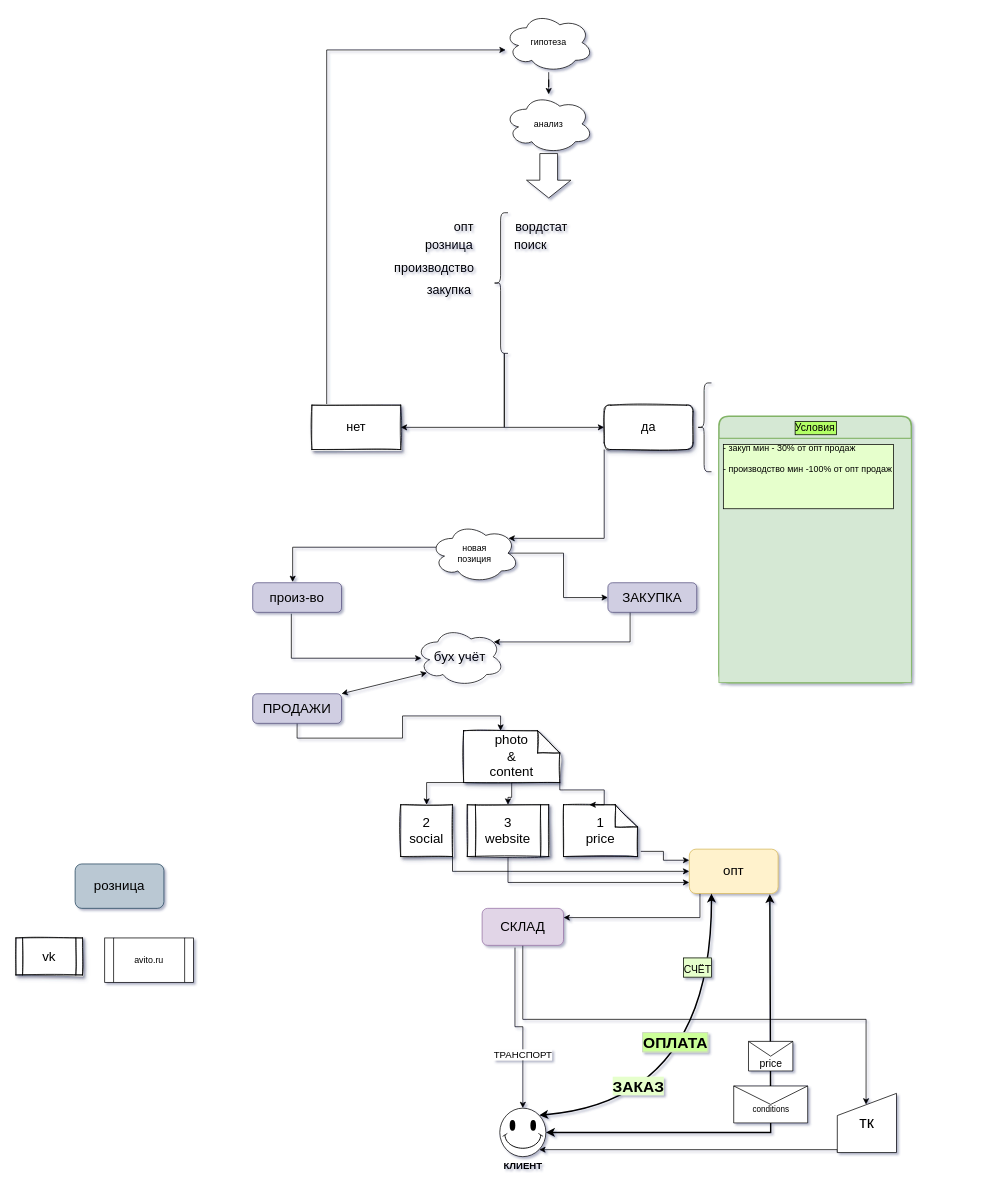
This is Untitled Diagram.drawio from m11nic89co/ecom.net.ru, a draw.io file, before an edit. Source tidied: cells renumbered, new cells numbered last; positions are measured from the earlier drawing's top-left corner, leaving out a move shared by most shapes. Both pictures are drawn from the tidied source at 74%, with x=0, y=0 at pixel (16, 13).
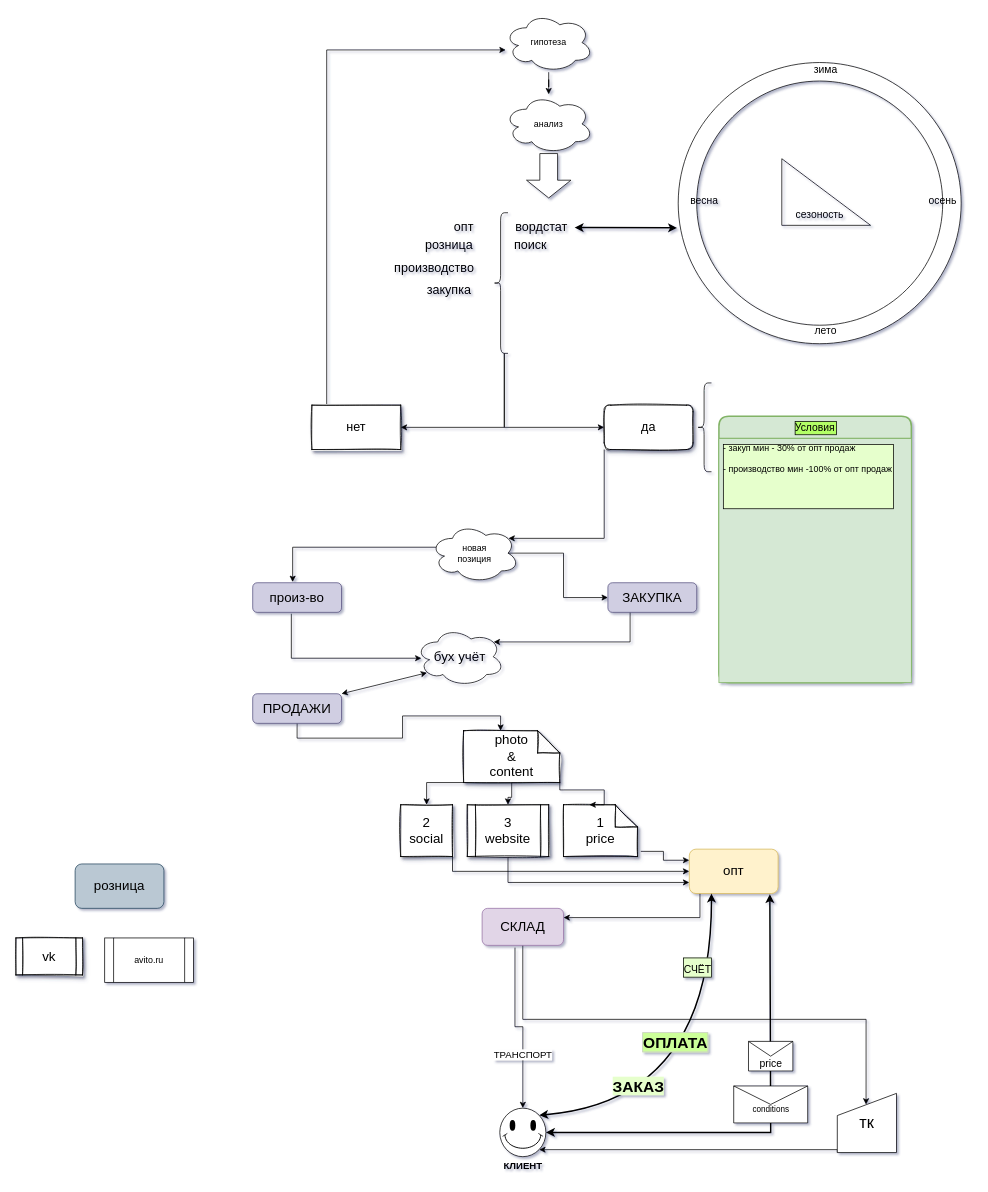
The same page after the edit.

Unchanged cells that the change refers to:
```xml
<mxCell id="45" value="вордстат" style="text;html=1;align=center;verticalAlign=middle;points=[];strokeColor=none;fillColor=none;fontSize=17;" parent="1" vertex="1">
  <mxGeometry x="665" y="275" width="90" height="30" as="geometry" />
</mxCell>
```

The edit, as a diff of the source:
```diff
@@
+    <mxCell id="65" style="edgeStyle=orthogonalEdgeStyle;curved=1;jettySize=auto;html=1;fontSize=14;fontColor=#000000;startArrow=classic;startFill=1;strokeColor=default;strokeWidth=2;entryX=-0.004;entryY=0.588;entryDx=0;entryDy=0;entryPerimeter=0;" parent="1" edge="1" source="45" target="67">
+      <mxGeometry relative="1" as="geometry" />
+    </mxCell>
@@
+    <mxCell id="66" style="group;fillColor=none;strokeColor=none;" parent="1" vertex="1">
+      <mxGeometry x="905" y="67" width="385" height="380" as="geometry" />
+    </mxCell>
+    <mxCell id="67" style="verticalLabelPosition=bottom;verticalAlign=top;html=1;shape=mxgraph.basic.donut;dx=25;rounded=0;shadow=0;labelBackgroundColor=#CCFF99;labelBorderColor=#CCCCCC;sketch=0;fontSize=14;fontColor=#000000;gradientColor=none;" parent="66" vertex="1">
+      <mxGeometry x="-10" width="382.4" height="380" as="geometry" />
+    </mxCell>
+    <mxCell id="68" value="сезоность" style="text;html=1;align=center;verticalAlign=middle;strokeColor=none;fillColor=none;fontSize=14;fontColor=#000000;" parent="66" vertex="1">
+      <mxGeometry x="141.2" y="195.9" width="80" height="20" as="geometry" />
+    </mxCell>
+    <mxCell id="69" value="зима" style="text;html=1;align=center;verticalAlign=middle;strokeColor=none;fillColor=none;fontSize=14;fontColor=#000000;" parent="66" vertex="1">
+      <mxGeometry x="164.1" width="50" height="20" as="geometry" />
+    </mxCell>
+    <mxCell id="70" value="лето" style="text;html=1;align=center;verticalAlign=middle;strokeColor=none;fillColor=none;fontSize=14;fontColor=#000000;" parent="66" vertex="1">
+      <mxGeometry x="164.1" y="351.9" width="50" height="20" as="geometry" />
+    </mxCell>
+    <mxCell id="71" value="весна" style="text;html=1;align=center;verticalAlign=middle;strokeColor=none;fillColor=none;fontSize=14;fontColor=#000000;" parent="66" vertex="1">
+      <mxGeometry y="175.9" width="50" height="20" as="geometry" />
+    </mxCell>
+    <mxCell id="72" value="осень" style="text;html=1;align=center;verticalAlign=middle;strokeColor=none;fillColor=none;fontSize=14;fontColor=#000000;" parent="66" vertex="1">
+      <mxGeometry x="321.9" y="175.9" width="50" height="20" as="geometry" />
+    </mxCell>
+    <mxCell id="73" style="verticalLabelPosition=bottom;verticalAlign=top;html=1;shape=mxgraph.basic.orthogonal_triangle;rounded=0;shadow=0;labelBackgroundColor=#CCFF99;labelBorderColor=#CCCCCC;sketch=0;fontSize=14;fontColor=#000000;strokeColor=default;fillColor=none;gradientColor=none;" parent="66" vertex="1">
+      <mxGeometry x="130" y="130" width="120" height="90" as="geometry" />
+    </mxCell>
```
